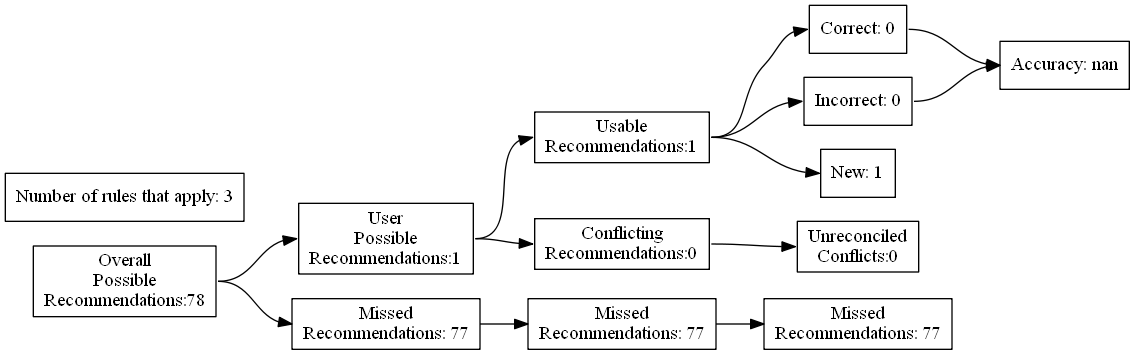
ZaxR/ibd_diet_analysis keeps this Graphviz diagram as test_renders/2.gv.png. Above is the earlier version. Its source is kept beside it as test_renders/2.gv.
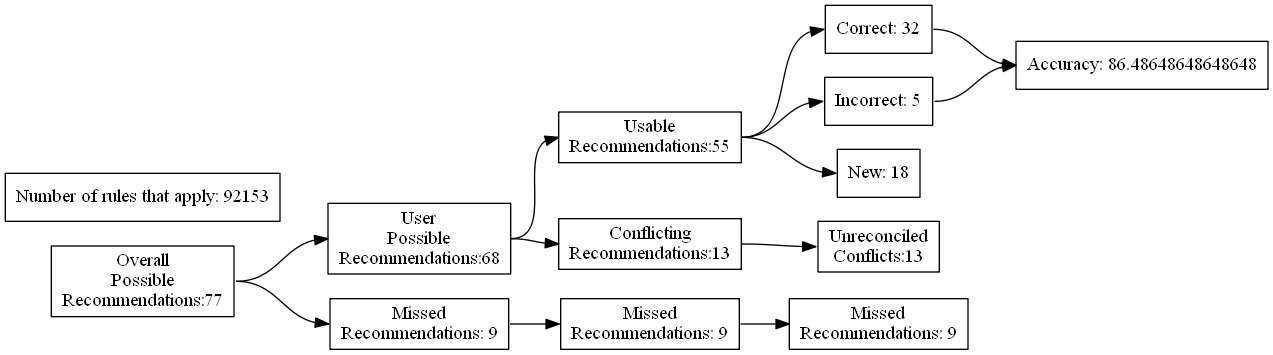
Later version of the same file.

What changed in the source:
```diff
@@ -4,27 +4,27 @@
 	edge [headport=w tailport=e]
 		A [label="Overall
 Possible
-Recommendations:78"]
+Recommendations:77"]
 		B [label="User
 Possible
-Recommendations:1"]
+Recommendations:68"]
 		C [label="Missed
-Recommendations: 77"]
+Recommendations: 9"]
 		D [label="Usable
-Recommendations:1"]
+Recommendations:55"]
 		E [label="Conflicting
-Recommendations:0"]
+Recommendations:13"]
 		J [label="Missed
-Recommendations: 77"]
+Recommendations: 9"]
 		M [label="Unreconciled
-Conflicts:0"]
-		F [label="Correct: 0"]
-		G [label="Incorrect: 0"]
-		H [label="New: 1"]
+Conflicts:13"]
+		F [label="Correct: 32"]
+		G [label="Incorrect: 5"]
+		H [label="New: 18"]
 		K [label="Missed
-Recommendations: 77"]
-		I [label="Accuracy: nan"]
-		l [label="Number of rules that apply: 3"]
+Recommendations: 9"]
+		I [label="Accuracy: 86.48648648648648"]
+		l [label="Number of rules that apply: 92153"]
 			A -> B
 			A -> C
 			B -> D
```
